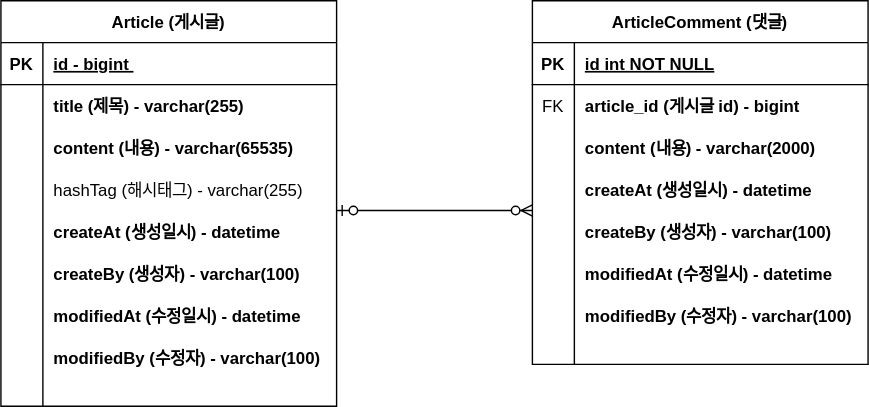
Kim-Soon-Ki/fastcampus-project-board keeps this draw.io diagram as document/project-board-erd.svg. Above is the earlier version. Source tidied: cells renumbered, new cells last; positions are measured from the earlier drawing's top-left corner, leaving out a move shared by most shapes.
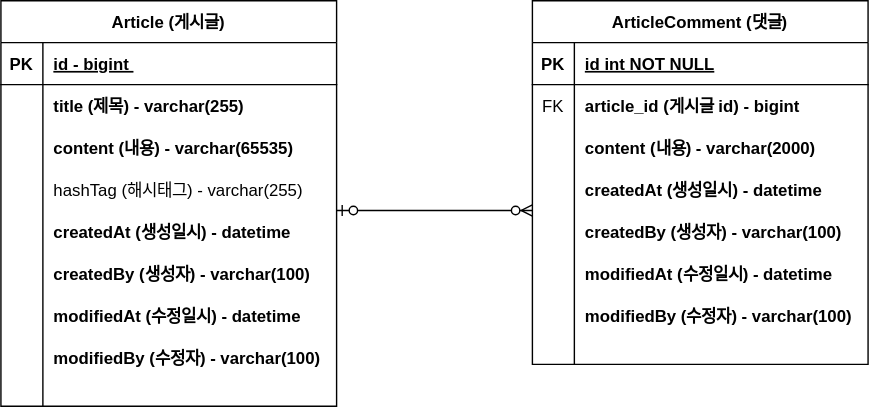
Later version of the same file.

The edit, as a diff of the source:
```diff
@@ -47,7 +47,7 @@
     <mxCell id="16" style="shape=partialRectangle;overflow=hidden;fillColor=none;top=0;left=0;bottom=0;right=0;" parent="15" vertex="1">
       <mxGeometry width="30" height="30" as="geometry" />
     </mxCell>
-    <mxCell id="17" value="createAt (생성일시) - datetime" style="shape=partialRectangle;overflow=hidden;fillColor=none;top=0;left=0;bottom=0;right=0;align=left;spacingLeft=6;fontStyle=1;" parent="15" vertex="1">
+    <mxCell id="17" value="createdAt (생성일시) - datetime" style="shape=partialRectangle;overflow=hidden;fillColor=none;top=0;left=0;bottom=0;right=0;align=left;spacingLeft=6;fontStyle=1;" parent="15" vertex="1">
       <mxGeometry x="30" width="210" height="30" as="geometry" />
     </mxCell>
     <mxCell id="18" style="shape=partialRectangle;fillColor=none;top=0;left=0;right=0;bottom=0;" parent="2" vertex="1">
@@ -56,7 +56,7 @@
     <mxCell id="19" style="shape=partialRectangle;overflow=hidden;fillColor=none;top=0;left=0;bottom=0;right=0;" parent="18" vertex="1">
       <mxGeometry width="30" height="30" as="geometry" />
     </mxCell>
-    <mxCell id="20" value="createBy (생성자) - varchar(100)" style="shape=partialRectangle;overflow=hidden;fillColor=none;top=0;left=0;bottom=0;right=0;align=left;spacingLeft=6;fontStyle=1;" parent="18" vertex="1">
+    <mxCell id="20" value="createdBy (생성자) - varchar(100)" style="shape=partialRectangle;overflow=hidden;fillColor=none;top=0;left=0;bottom=0;right=0;align=left;spacingLeft=6;fontStyle=1;" parent="18" vertex="1">
       <mxGeometry x="30" width="210" height="30" as="geometry" />
     </mxCell>
     <mxCell id="21" style="shape=partialRectangle;fillColor=none;top=0;left=0;right=0;bottom=0;" parent="2" vertex="1">
@@ -125,7 +125,7 @@
     <mxCell id="42" style="shape=partialRectangle;overflow=hidden;fillColor=none;top=0;left=0;bottom=0;right=0;" parent="41" vertex="1">
       <mxGeometry width="30" height="30" as="geometry" />
     </mxCell>
-    <mxCell id="43" value="createAt (생성일시) - datetime" style="shape=partialRectangle;overflow=hidden;fillColor=none;top=0;left=0;bottom=0;right=0;align=left;spacingLeft=6;fontStyle=1;" parent="41" vertex="1">
+    <mxCell id="43" value="createdAt (생성일시) - datetime" style="shape=partialRectangle;overflow=hidden;fillColor=none;top=0;left=0;bottom=0;right=0;align=left;spacingLeft=6;fontStyle=1;" parent="41" vertex="1">
       <mxGeometry x="30" width="210" height="30" as="geometry" />
     </mxCell>
     <mxCell id="44" style="shape=partialRectangle;fillColor=none;top=0;left=0;right=0;bottom=0;" parent="31" vertex="1">
@@ -134,7 +134,7 @@
     <mxCell id="45" style="shape=partialRectangle;overflow=hidden;fillColor=none;top=0;left=0;bottom=0;right=0;" parent="44" vertex="1">
       <mxGeometry width="30" height="30" as="geometry" />
     </mxCell>
-    <mxCell id="46" value="createBy (생성자) - varchar(100)" style="shape=partialRectangle;overflow=hidden;fillColor=none;top=0;left=0;bottom=0;right=0;align=left;spacingLeft=6;fontStyle=1;" parent="44" vertex="1">
+    <mxCell id="46" value="createdBy (생성자) - varchar(100)" style="shape=partialRectangle;overflow=hidden;fillColor=none;top=0;left=0;bottom=0;right=0;align=left;spacingLeft=6;fontStyle=1;" parent="44" vertex="1">
       <mxGeometry x="30" width="210" height="30" as="geometry" />
     </mxCell>
     <mxCell id="47" style="shape=partialRectangle;fillColor=none;top=0;left=0;right=0;bottom=0;" parent="31" vertex="1">
```
